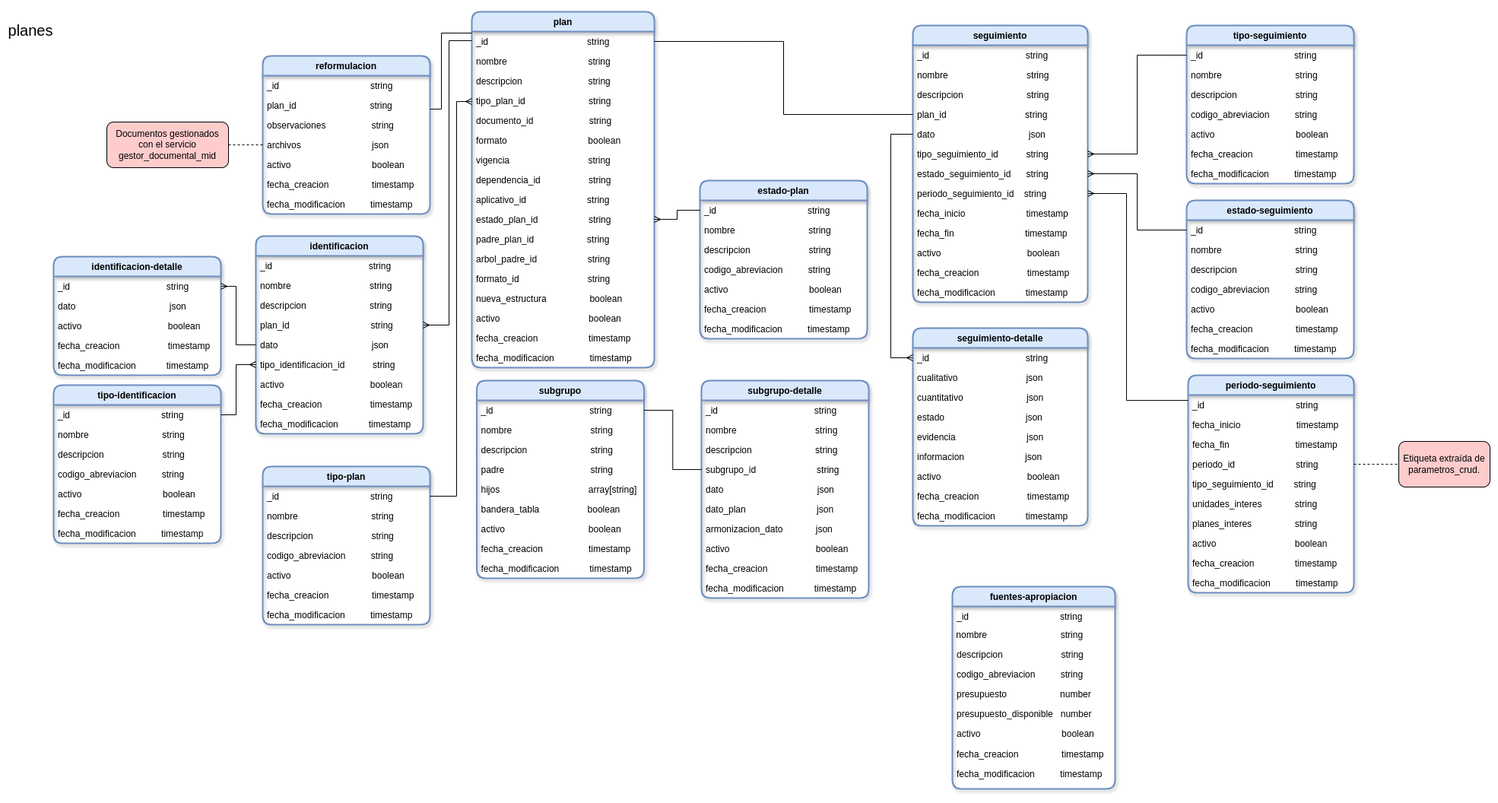
This is database/planes.png from udistrital/planes_crud, a draw.io export, as it was before one commit. Source tidied: cells renumbered, new cells last; positions are measured from the earlier drawing's top-left corner, leaving out a move shared by most shapes.
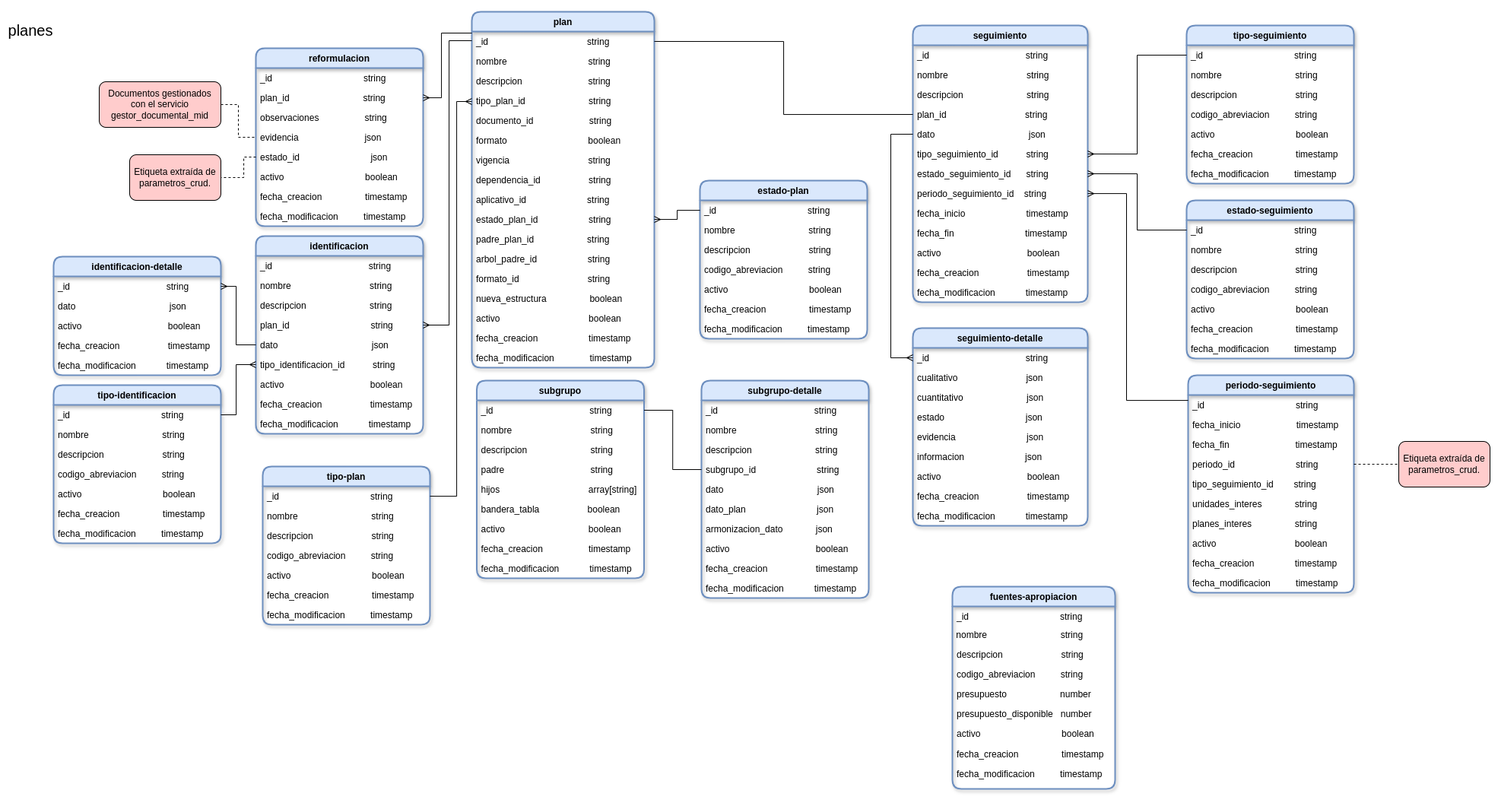
After the change.

Diff of the diagram source:
```diff
@@ -495,7 +495,7 @@
       <mxGeometry y="8" width="60" height="30" as="geometry" />
     </mxCell>
     <mxCell id="156" value="reformulacion" style="swimlane;fontStyle=1;horizontal=1;startSize=26;labelBorderColor=none;strokeWidth=2;rounded=1;shadow=1;swimlaneLine=1;fillColor=#dae8fc;strokeColor=#6c8ebf;" parent="1" vertex="1">
-      <mxGeometry x="335" y="58" width="220" height="208" as="geometry" />
+      <mxGeometry x="326" y="48" width="220" height="234" as="geometry" />
     </mxCell>
     <mxCell id="157" value="_id                                    string" style="text;strokeColor=none;fillColor=none;align=left;verticalAlign=top;spacingLeft=4;spacingRight=4;overflow=hidden;" parent="156" vertex="1">
       <mxGeometry y="26" width="220" height="26" as="geometry" />
@@ -506,31 +506,45 @@
     <mxCell id="159" value="observaciones                  string" style="text;strokeColor=none;fillColor=none;align=left;verticalAlign=top;spacingLeft=4;spacingRight=4;overflow=hidden;" parent="156" vertex="1">
       <mxGeometry y="78" width="220" height="26" as="geometry" />
     </mxCell>
-    <mxCell id="160" value="archivos                            json" style="text;strokeColor=none;fillColor=none;align=left;verticalAlign=top;spacingLeft=4;spacingRight=4;overflow=hidden;points=[[0,0.5],[1,0.5]];portConstraint=eastwest;" parent="156" vertex="1">
+    <mxCell id="160" value="evidencia                          json" style="text;strokeColor=none;fillColor=none;align=left;verticalAlign=top;spacingLeft=4;spacingRight=4;overflow=hidden;points=[[0,0.5],[1,0.5]];portConstraint=eastwest;" parent="156" vertex="1">
       <mxGeometry y="104" width="220" height="26" as="geometry" />
     </mxCell>
+    <mxCell id="167" value="estado_id                            json" style="text;strokeColor=none;fillColor=none;align=left;verticalAlign=top;spacingLeft=4;spacingRight=4;overflow=hidden;points=[[0,0.5],[1,0.5]];portConstraint=eastwest;" parent="156" vertex="1">
+      <mxGeometry y="130" width="220" height="26" as="geometry" />
+    </mxCell>
     <mxCell id="161" value="activo                                boolean" style="text;strokeColor=none;fillColor=none;align=left;verticalAlign=top;spacingLeft=4;spacingRight=4;overflow=hidden;" parent="156" vertex="1">
-      <mxGeometry y="130" width="220" height="26" as="geometry" />
+      <mxGeometry y="156" width="220" height="26" as="geometry" />
     </mxCell>
     <mxCell id="162" value="fecha_creacion                 timestamp" style="text;strokeColor=none;fillColor=none;align=left;verticalAlign=top;spacingLeft=4;spacingRight=4;overflow=hidden;" parent="156" vertex="1">
-      <mxGeometry y="156" width="220" height="26" as="geometry" />
+      <mxGeometry y="182" width="220" height="26" as="geometry" />
     </mxCell>
     <mxCell id="163" value="fecha_modificacion          timestamp" style="text;strokeColor=none;fillColor=none;align=left;verticalAlign=top;spacingLeft=4;spacingRight=4;overflow=hidden;" parent="156" vertex="1">
-      <mxGeometry y="182" width="220" height="26" as="geometry" />
+      <mxGeometry y="208" width="220" height="26" as="geometry" />
     </mxCell>
-    <mxCell id="164" style="edgeStyle=orthogonalEdgeStyle;rounded=0;jettySize=auto;html=1;endArrow=none;endFill=0;" parent="1" edge="1" source="158" target="11">
+    <mxCell id="164" style="edgeStyle=orthogonalEdgeStyle;rounded=0;jettySize=auto;html=1;endArrow=none;endFill=0;startArrow=ERmany;startFill=0;" parent="1" edge="1" source="158" target="11">
       <mxGeometry relative="1" as="geometry">
         <Array as="points">
-          <mxPoint x="570" y="128" />
+          <mxPoint x="570" y="113" />
           <mxPoint x="570" y="28" />
         </Array>
       </mxGeometry>
     </mxCell>
     <mxCell id="165" value="&lt;div&gt;Documentos gestionados con el servicio&lt;/div&gt;gestor_documental_mid" style="rounded=1;whiteSpace=wrap;html=1;fillColor=#FFCCCC;" parent="1" vertex="1">
-      <mxGeometry x="130" y="145" width="160" height="60" as="geometry" />
+      <mxGeometry x="120" y="92" width="160" height="60" as="geometry" />
     </mxCell>
     <mxCell id="166" style="edgeStyle=orthogonalEdgeStyle;rounded=0;jettySize=auto;html=1;endArrow=none;endFill=0;dashed=1;" parent="1" edge="1" source="165" target="160">
       <mxGeometry relative="1" as="geometry" />
     </mxCell>
+    <mxCell id="168" value="Etiqueta extraída de parametros_crud." style="rounded=1;whiteSpace=wrap;html=1;fillColor=#FFCCCC;" parent="1" vertex="1">
+      <mxGeometry x="160" y="188" width="120" height="60" as="geometry" />
+    </mxCell>
+    <mxCell id="169" style="edgeStyle=orthogonalEdgeStyle;rounded=0;jettySize=auto;html=1;endArrow=none;endFill=0;dashed=1;" parent="1" edge="1" source="167" target="168">
+      <mxGeometry relative="1" as="geometry">
+        <Array as="points">
+          <mxPoint x="310" y="191" />
+          <mxPoint x="310" y="218" />
+        </Array>
+      </mxGeometry>
+    </mxCell>
   </root>
 </mxGraphModel>
```
